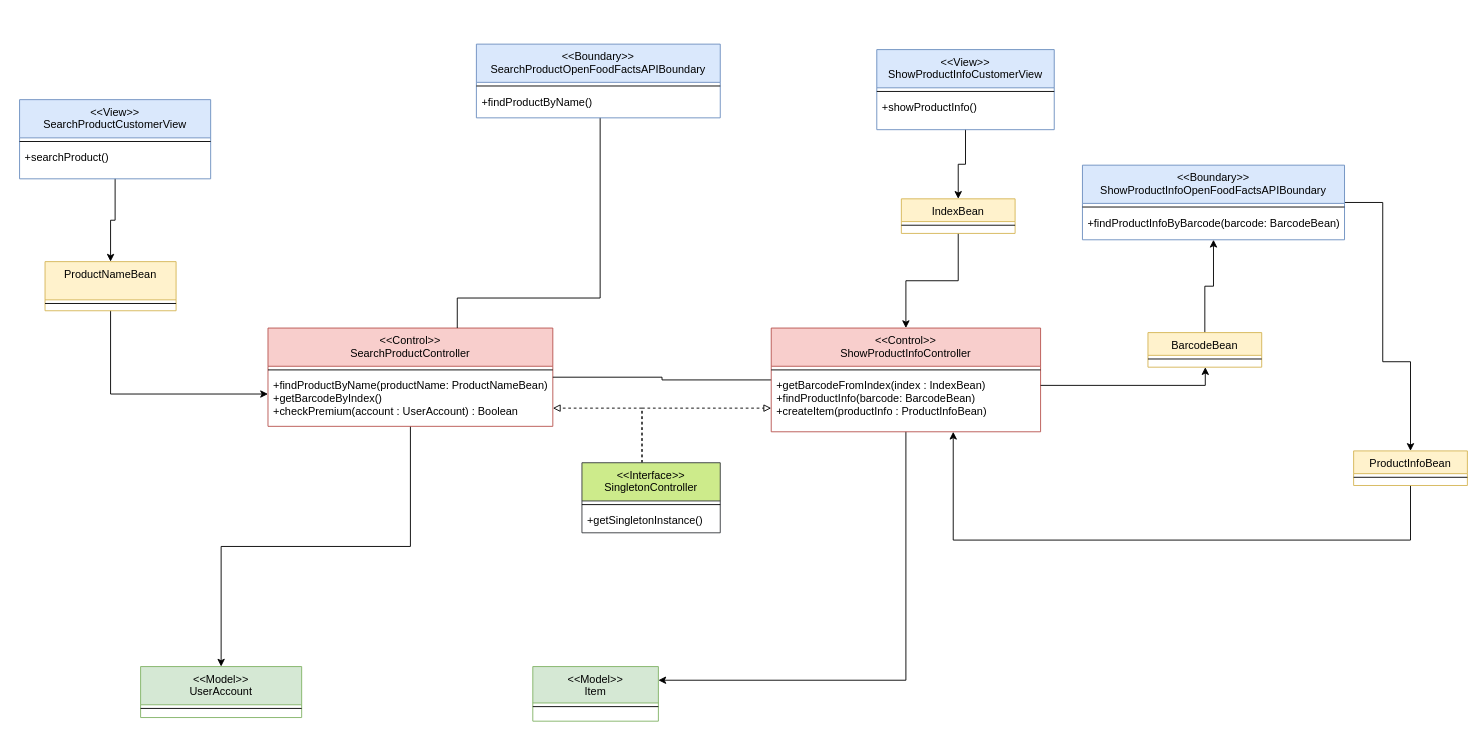
Earlier version of the draw.io diagram docx&pdf/ClassDiagram_BCE/DESIGN_SearchProduct.drawio (FredHats99/HealthyCart). Source tidied: cells renumbered, new cells numbered last; positions are measured from the earlier drawing's top-left corner, leaving out a move shared by most shapes. Both pictures are drawn from the tidied source at 91%, with x=0, y=0 at pixel (19, 44).
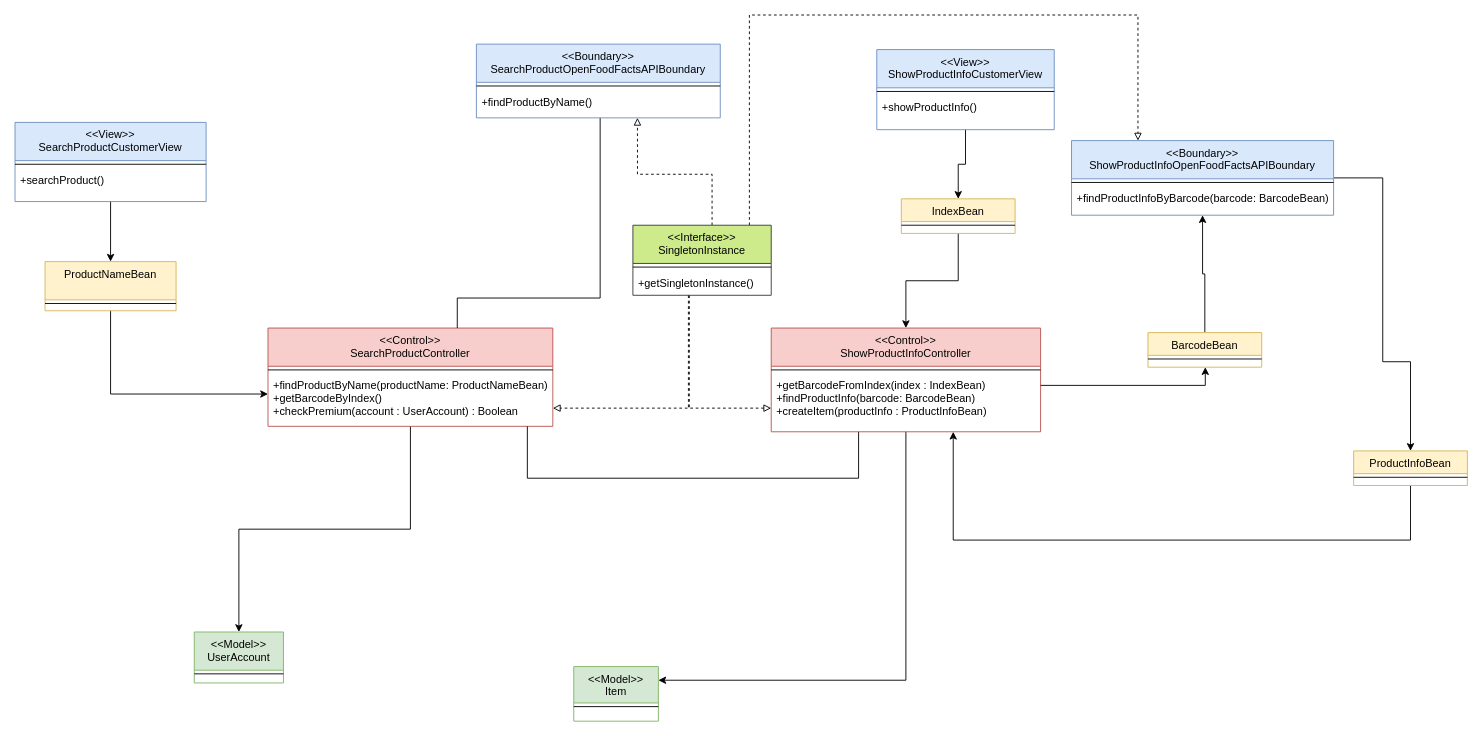
The same diagram, later.

Commit message (it also covers changes not shown here):
Applied the singleton design pattern to SearchProduct pt.2

Unchanged cells that the change refers to:
```xml
<mxCell id="8" value="&lt;&lt;Control&gt;&gt;&#10;SearchProductController" style="swimlane;fontStyle=0;align=center;verticalAlign=top;horizontal=1;startSize=42;rounded=0;shadow=0;strokeWidth=1;fillColor=#f8cecc;strokeColor=#b85450;" parent="1" vertex="1">
  <mxGeometry x="273" y="312" width="313" height="108" as="geometry" />
</mxCell>
<mxCell id="10" value="+findProductByName(productName: ProductNameBean)&#10;+getBarcodeByIndex()&#10;+checkPremium(account : UserAccount) : Boolean" style="text;align=left;verticalAlign=top;spacingLeft=4;spacingRight=4;overflow=hidden;points=[[0,0.5],[1,0.5]];portConstraint=eastwest;" parent="8" vertex="1">
  <mxGeometry y="50" width="313" height="45" as="geometry" />
</mxCell>
<mxCell id="16" value="&lt;&lt;Boundary&gt;&gt;&#10;SearchProductOpenFoodFactsAPIBoundary" style="swimlane;fontStyle=0;align=center;verticalAlign=top;horizontal=1;startSize=42;rounded=0;shadow=0;strokeWidth=1;fillColor=#dae8fc;strokeColor=#6c8ebf;" parent="1" vertex="1">
  <mxGeometry x="502" width="268" height="81" as="geometry" />
</mxCell>
<mxCell id="25" value="&lt;&lt;Control&gt;&gt;&#10;ShowProductInfoController" style="swimlane;fontStyle=0;align=center;verticalAlign=top;horizontal=1;startSize=42;rounded=0;shadow=0;strokeWidth=1;fillColor=#f8cecc;strokeColor=#b85450;" parent="1" vertex="1">
  <mxGeometry x="826" y="312" width="296" height="114" as="geometry" />
</mxCell>
```

Change to the diagram source:
```diff
@@
     <mxCell id="2" value="&lt;&lt;Model&gt;&gt;&#10;UserAccount" style="swimlane;fontStyle=0;align=center;verticalAlign=top;horizontal=1;startSize=42;rounded=0;shadow=0;strokeWidth=1;fillColor=#d5e8d4;strokeColor=#82b366;" parent="1" vertex="1">
-      <mxGeometry x="133" y="684" width="177" height="56" as="geometry" />
+      <mxGeometry x="192" y="646" width="98" height="56" as="geometry" />
     </mxCell>
     <mxCell id="3" style="line;html=1;strokeWidth=1;align=left;verticalAlign=middle;spacingTop=-1;spacingLeft=3;spacingRight=3;labelPosition=right;" parent="2" vertex="1">
-      <mxGeometry y="42" width="177" height="8" as="geometry" />
+      <mxGeometry y="42" width="98" height="8" as="geometry" />
     </mxCell>
     <mxCell id="4" value="&lt;&lt;Model&gt;&gt;&#10;Item" style="swimlane;fontStyle=0;align=center;verticalAlign=top;horizontal=1;startSize=40;rounded=0;shadow=0;strokeWidth=1;fillColor=#d5e8d4;strokeColor=#82b366;" parent="1" vertex="1">
-      <mxGeometry x="564" y="684" width="138" height="60" as="geometry" />
+      <mxGeometry x="609" y="684" width="93" height="60" as="geometry" />
     </mxCell>
     <mxCell id="5" style="line;html=1;strokeWidth=1;align=left;verticalAlign=middle;spacingTop=-1;spacingLeft=3;spacingRight=3;labelPosition=right;" parent="4" vertex="1">
-      <mxGeometry y="40" width="138" height="8" as="geometry" />
+      <mxGeometry y="40" width="93" height="8" as="geometry" />
     </mxCell>
     <mxCell id="6" value="&#10; " style="text;align=left;verticalAlign=top;spacingLeft=4;spacingRight=4;overflow=hidden;" parent="4" vertex="1">
-      <mxGeometry y="48" width="138" height="12" as="geometry" />
+      <mxGeometry y="48" width="93" height="12" as="geometry" />
     </mxCell>
@@
     <mxCell id="12" value="&lt;&lt;View&gt;&gt;&#10;SearchProductCustomerView" style="swimlane;fontStyle=0;align=center;verticalAlign=top;horizontal=1;startSize=42;rounded=0;shadow=0;strokeWidth=1;fillColor=#dae8fc;strokeColor=#6c8ebf;" parent="1" vertex="1">
-      <mxGeometry y="61" width="210" height="87" as="geometry" />
+      <mxGeometry x="-5" y="86" width="210" height="87" as="geometry" />
     </mxCell>
@@
     <mxCell id="23" style="edgeStyle=orthogonalEdgeStyle;rounded=0;jettySize=auto;html=1;startArrow=none;startFill=0;endArrow=none;endFill=0;" parent="1" edge="1" source="25" target="8">
-      <mxGeometry relative="1" as="geometry" />
+      <mxGeometry relative="1" as="geometry">
+        <Array as="points">
+          <mxPoint x="922" y="477" />
+          <mxPoint x="558" y="477" />
+        </Array>
+      </mxGeometry>
     </mxCell>
@@
     <mxCell id="29" value="&lt;&lt;Boundary&gt;&gt;&#10;ShowProductInfoOpenFoodFactsAPIBoundary" style="swimlane;fontStyle=0;align=center;verticalAlign=top;horizontal=1;startSize=42;rounded=0;shadow=0;strokeWidth=1;fillColor=#dae8fc;strokeColor=#6c8ebf;" parent="1" vertex="1">
-      <mxGeometry x="1168" y="133" width="288" height="82" as="geometry" />
+      <mxGeometry x="1156" y="106" width="288" height="82" as="geometry" />
     </mxCell>
@@
     <mxCell id="45" style="edgeStyle=orthogonalEdgeStyle;rounded=0;jettySize=auto;html=1;endArrow=block;endFill=0;dashed=1;" parent="1" edge="1" source="47" target="10">
       <mxGeometry relative="1" as="geometry">
         <Array as="points">
-          <mxPoint x="684" y="400" />
+          <mxPoint x="736" y="400" />
         </Array>
       </mxGeometry>
     </mxCell>
     <mxCell id="46" style="edgeStyle=orthogonalEdgeStyle;rounded=0;jettySize=auto;html=1;endArrow=block;endFill=0;dashed=1;" parent="1" edge="1" source="47" target="25">
       <mxGeometry relative="1" as="geometry">
         <Array as="points">
-          <mxPoint x="684" y="400" />
+          <mxPoint x="735" y="400" />
         </Array>
       </mxGeometry>
     </mxCell>
+    <mxCell id="50" style="edgeStyle=orthogonalEdgeStyle;rounded=0;jettySize=auto;html=1;dashed=1;endArrow=block;endFill=0;" parent="1" edge="1" source="47" target="16">
+      <mxGeometry relative="1" as="geometry">
+        <Array as="points">
+          <mxPoint x="761" y="143" />
+          <mxPoint x="679" y="143" />
+        </Array>
+      </mxGeometry>
+    </mxCell>
+    <mxCell id="51" style="edgeStyle=orthogonalEdgeStyle;rounded=0;jettySize=auto;html=1;dashed=1;endArrow=block;endFill=0;" parent="1" edge="1" source="47" target="29">
+      <mxGeometry relative="1" as="geometry">
+        <Array as="points">
+          <mxPoint x="802" y="-32" />
+          <mxPoint x="1229" y="-32" />
+        </Array>
+      </mxGeometry>
+    </mxCell>
-    <mxCell id="47" value="&lt;&lt;Interface&gt;&gt;&#10;SingletonController" style="swimlane;fontStyle=0;align=center;verticalAlign=top;horizontal=1;startSize=42;rounded=0;shadow=0;strokeWidth=1;fillColor=#cdeb8b;strokeColor=#36393d;" parent="1" vertex="1">
-      <mxGeometry x="618" y="460" width="152" height="77" as="geometry" />
+    <mxCell id="47" value="&lt;&lt;Interface&gt;&gt;&#10;SingletonInstance" style="swimlane;fontStyle=0;align=center;verticalAlign=top;horizontal=1;startSize=42;rounded=0;shadow=0;strokeWidth=1;fillColor=#cdeb8b;strokeColor=#36393d;" parent="1" vertex="1">
+      <mxGeometry x="674" y="199" width="152" height="77" as="geometry" />
     </mxCell>
```
